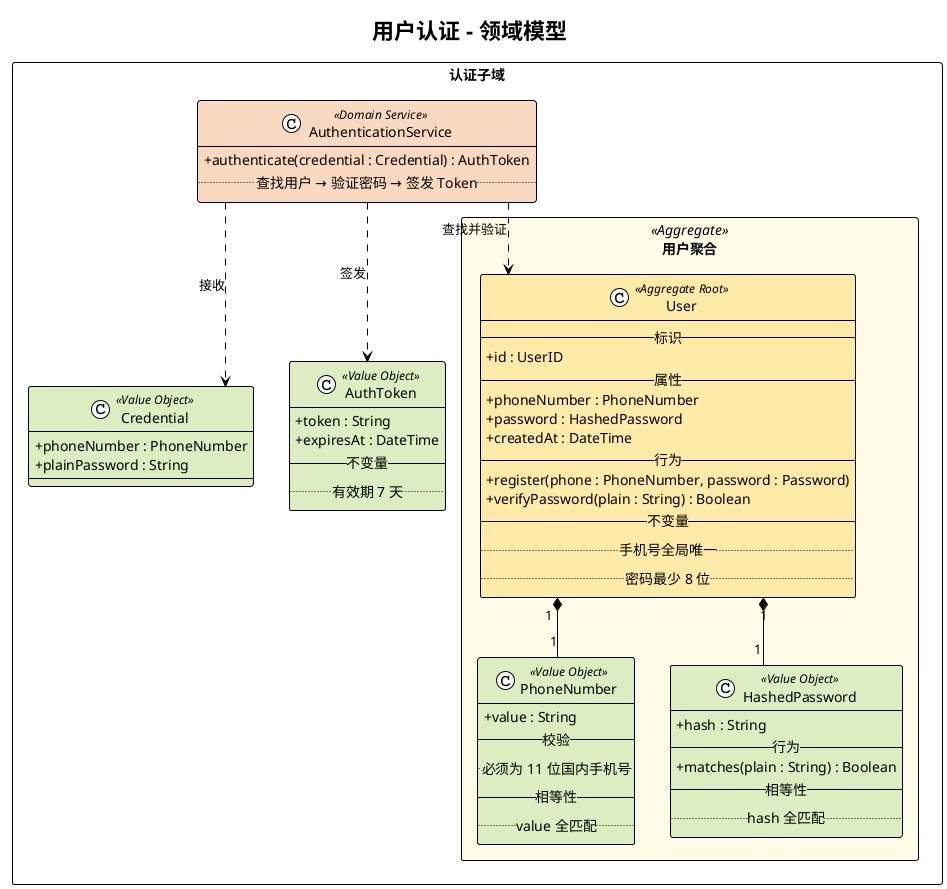
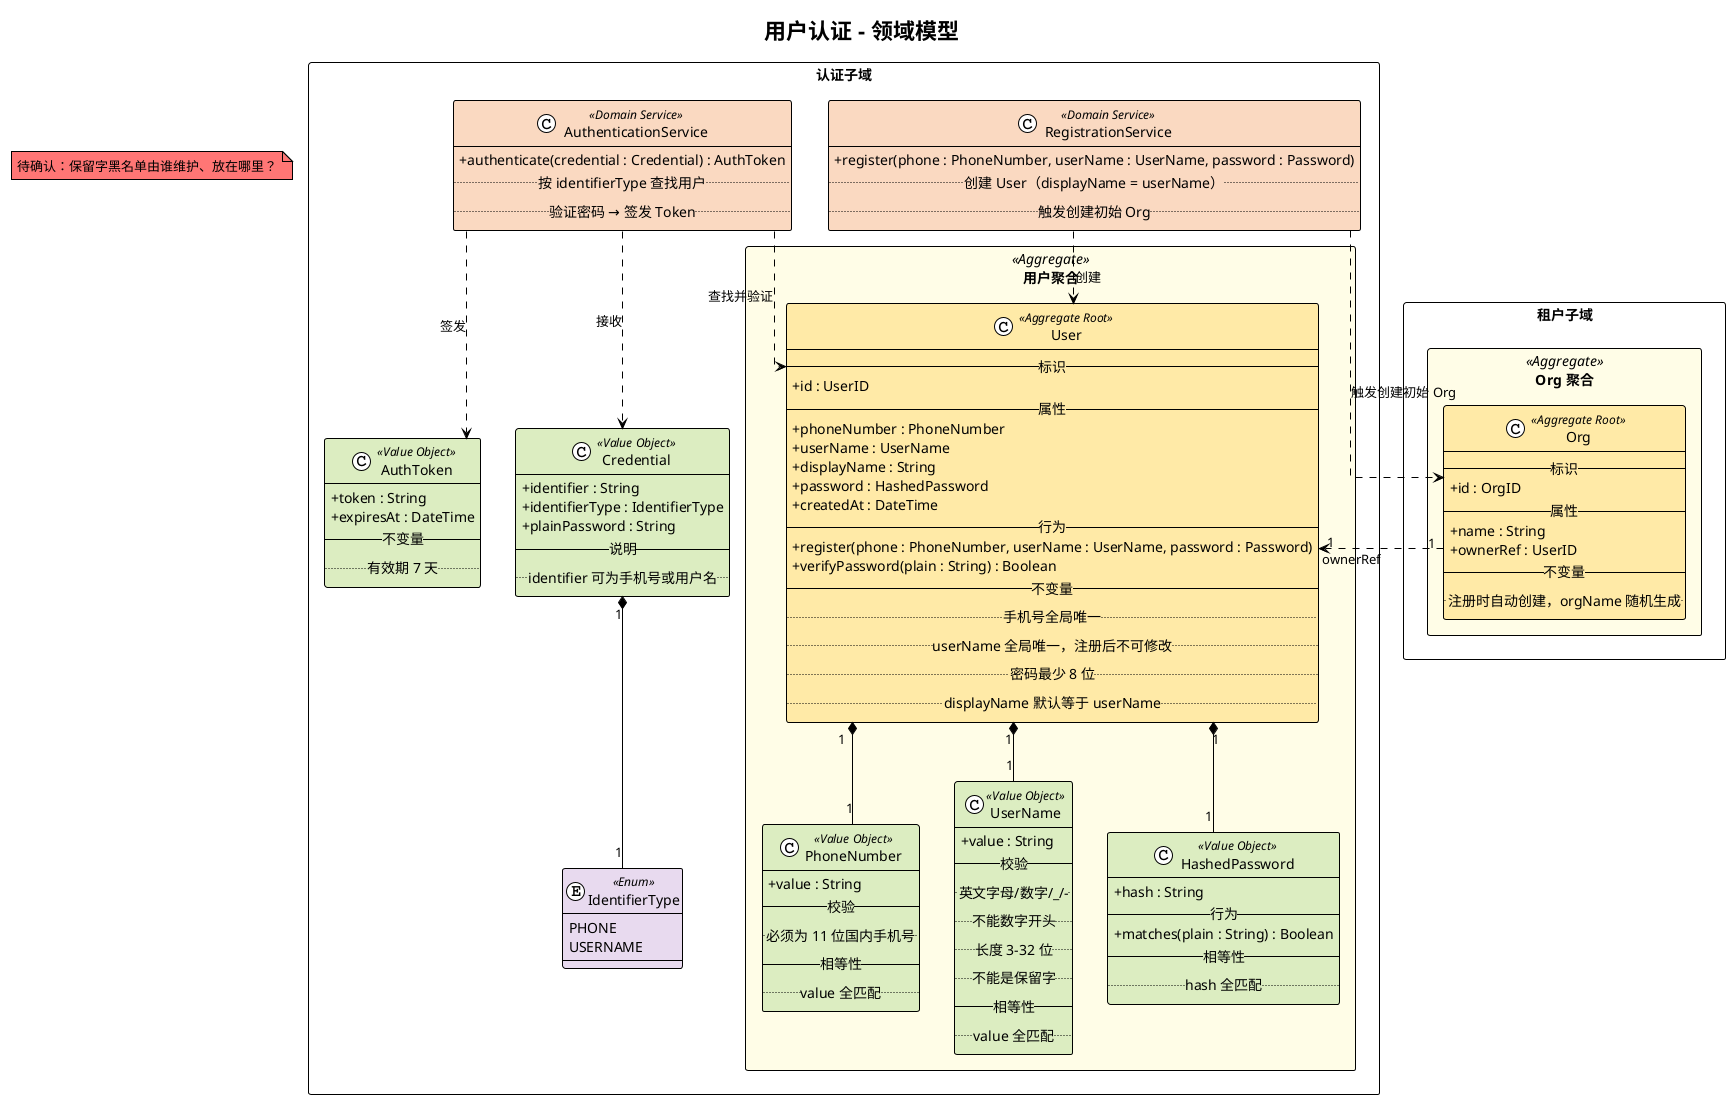
@startuml auth-domain
!theme plain
skinparam linetype ortho
skinparam classAttributeIconSize 0
skinparam packageStyle rectangle

title 用户认证 - 领域模型

' ═══ 认证子域 ═══
rectangle "认证子域" {

  ' ═══ 用户聚合 ═══
  package "用户聚合" <<Aggregate>> #FFFDE7 {

    class User <<Aggregate Root>> #FFEAA7 {
      --标识--
      + id : UserID
      --属性--
      + phoneNumber : PhoneNumber
+       + userName : UserName
+       + displayName : String
      + password : HashedPassword
      + createdAt : DateTime
      --行为--
-       + register(phone : PhoneNumber, password : Password)
+       + register(phone : PhoneNumber, userName : UserName, password : Password)
      + verifyPassword(plain : String) : Boolean
      --不变量--
      .. 手机号全局唯一 ..
+       .. userName 全局唯一，注册后不可修改 ..
      .. 密码最少 8 位 ..
+       .. displayName 默认等于 userName ..
    }

    class PhoneNumber <<Value Object>> #DCEDC1 {
      + value : String
      --校验--
      .. 必须为 11 位国内手机号 ..
+       --相等性--
+       .. value 全匹配 ..
+     }
+ 
+     class UserName <<Value Object>> #DCEDC1 {
+       + value : String
+       --校验--
+       .. 英文字母/数字/_/- ..
+       .. 不能数字开头 ..
+       .. 长度 3–32 位 ..
+       .. 不能是保留字 ..
      --相等性--
      .. value 全匹配 ..
    }

    class HashedPassword <<Value Object>> #DCEDC1 {
      + hash : String
      --行为--
      + matches(plain : String) : Boolean
      --相等性--
      .. hash 全匹配 ..
    }

    User "1" *-- "1" PhoneNumber
+     User "1" *-- "1" UserName
    User "1" *-- "1" HashedPassword
  }

  ' ═══ 认证凭证（登录输入）═══
  class Credential <<Value Object>> #DCEDC1 {
-     + phoneNumber : PhoneNumber
+     + identifier : String
+     + identifierType : IdentifierType
    + plainPassword : String
+     --说明--
+     .. identifier 可为手机号或用户名 ..
+   }
+ 
+   enum IdentifierType <<Enum>> #E8DAEF {
+     PHONE
+     USERNAME
  }

  ' ═══ 认证令牌 ═══
  class AuthToken <<Value Object>> #DCEDC1 {
    + token : String
    + expiresAt : DateTime
    --不变量--
    .. 有效期 7 天 ..
  }

  ' ═══ 领域服务 ═══
  class AuthenticationService <<Domain Service>> #FAD9C1 {
    + authenticate(credential : Credential) : AuthToken
-     .. 查找用户 → 验证密码 → 签发 Token ..
+     .. 按 identifierType 查找用户 ..
+     .. 验证密码 → 签发 Token ..
  }

+   class RegistrationService <<Domain Service>> #FAD9C1 {
+     + register(phone : PhoneNumber, userName : UserName, password : Password)
+     .. 创建 User（displayName = userName）..
+     .. 触发创建初始 Org ..
+   }
+ 
+   Credential "1" *-- "1" IdentifierType
  AuthenticationService ..> User : 查找并验证
  AuthenticationService ..> Credential : 接收
  AuthenticationService ..> AuthToken : 签发
+   RegistrationService ..> User : 创建
}

+ ' ═══ 租户子域（跨聚合引用）═══
+ rectangle "租户子域" {
+   package "Org 聚合" <<Aggregate>> #FFFDE7 {
+     class Org <<Aggregate Root>> #FFEAA7 {
+       --标识--
+       + id : OrgID
+       --属性--
+       + name : String
+       + ownerRef : UserID
+       --不变量--
+       .. 注册时自动创建，orgName 随机生成 ..
+     }
+   }
+ }
+ 
+ RegistrationService ..> Org : 触发创建初始 Org
+ Org "1" ..> "1" User : ownerRef
+ 
+ ' ═══ 待确认 ═══
+ note "待确认：保留字黑名单由谁维护、放在哪里？" as Q1 #FF7675
+ 
@enduml
